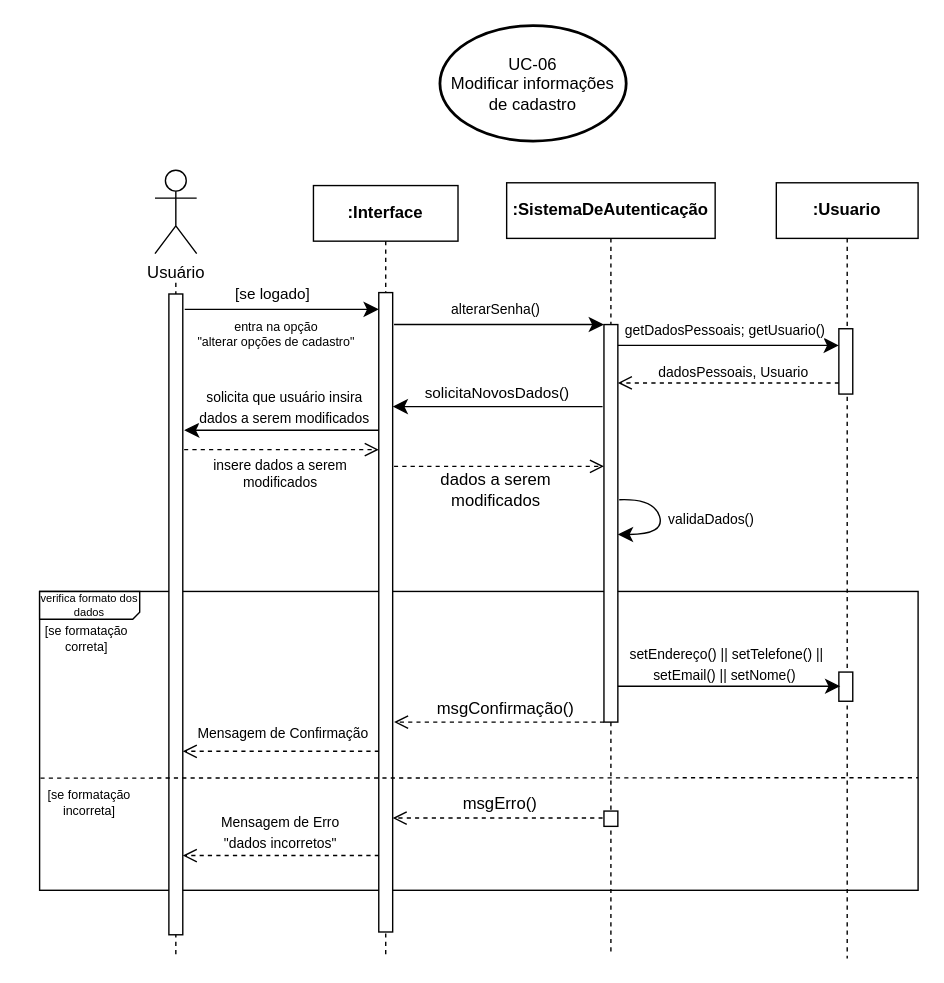
Above: diagrama_sequencia/Diagrama_Sequencia_UC06.drawio in gb-cs-rt/home_broker (draw.io), before the change. Source tidied: cells renumbered, new cells numbered last; positions are measured from the earlier drawing's top-left corner, leaving out a move shared by most shapes. Both pictures are drawn from the tidied source at 139%, with x=0, y=0 at pixel (24, 25).
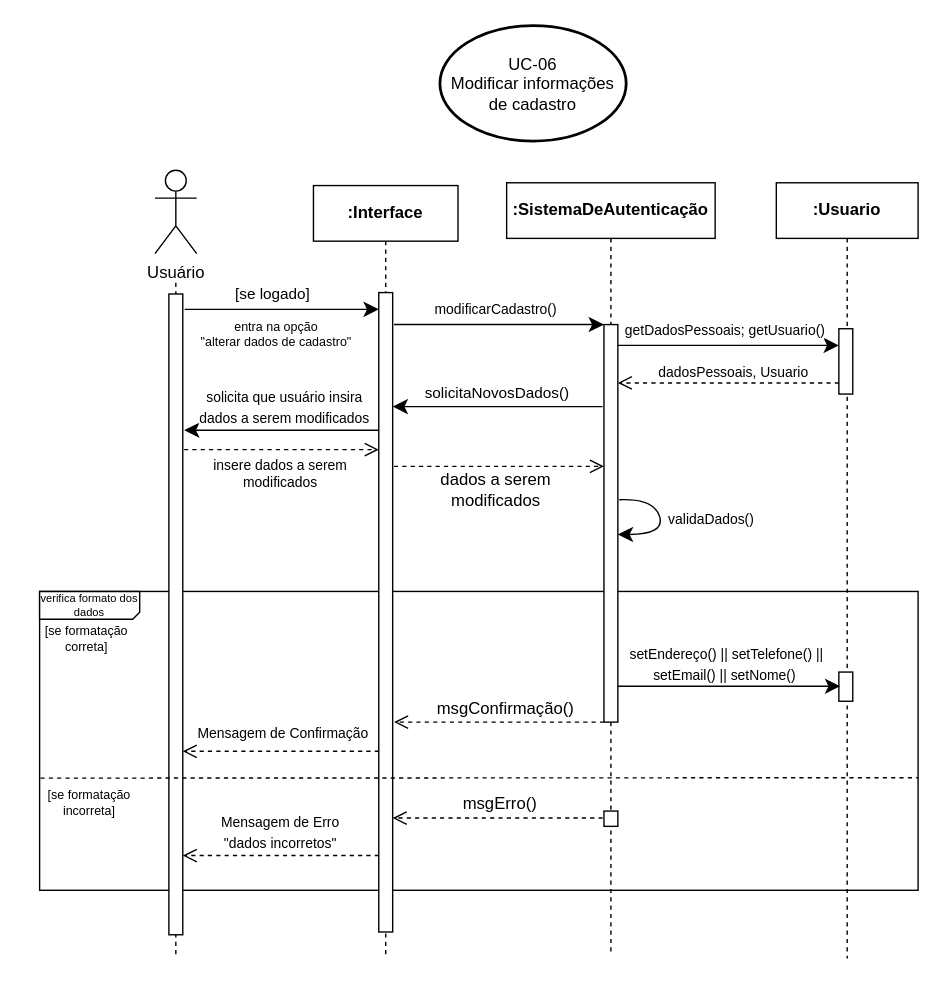
After the change.

Commit message (it also covers changes not shown here):
diagrama estados sistema autenticacao

Unchanged cells that the change refers to:
```xml
<mxCell id="18" style="endArrow=classic;html=1;rounded=0;fontFamily=Helvetica;fontSize=12;fontColor=default;startSize=8;endSize=8;curved=1;" parent="1" edge="1" target="14">
  <mxGeometry relative="1" as="geometry">
    <mxPoint x="266" y="215" as="sourcePoint" />
  </mxGeometry>
</mxCell>
<mxCell id="30" style="endArrow=classic;html=1;rounded=0;fontSize=12;startSize=8;endSize=8;curved=1;exitX=1.14;exitY=0.024;exitDx=0;exitDy=0;exitPerimeter=0;" parent="1" edge="1" source="17" target="29">
  <mxGeometry relative="1" as="geometry" />
</mxCell>
```

What changed in the source:
```diff
@@
-    <mxCell id="19" value="alterarSenha()" style="edgeLabel;html=1;align=center;verticalAlign=middle;fontSize=10;fontFamily=Helvetica;fontColor=default;fillColor=none;gradientColor=none;" parent="18" vertex="1">
-      <mxGeometry x="0.05" width="82" height="24" relative="1" as="geometry">
-        <mxPoint x="-47" y="-23" as="offset" />
+    <mxCell id="19" value="modificarCadastro()" style="edgeLabel;html=1;align=center;verticalAlign=middle;fontSize=10;fontFamily=Helvetica;fontColor=default;fillColor=none;gradientColor=none;" parent="18" vertex="1">
+      <mxGeometry x="0.05" width="106" height="24" relative="1" as="geometry">
+        <mxPoint x="-59" y="-23" as="offset" />
       </mxGeometry>
     </mxCell>
@@
-    <mxCell id="31" value="&lt;span style=&quot;font-size: 9px;&quot;&gt;entra na opção&lt;/span&gt;&lt;div style=&quot;font-size: 9px;&quot;&gt;&lt;span style=&quot;font-size: 9px;&quot;&gt;&quot;alterar opções de cadastro&quot;&lt;/span&gt;&lt;/div&gt;" style="edgeLabel;html=1;align=center;verticalAlign=middle;fontSize=9;" parent="30" vertex="1">
+    <mxCell id="31" value="&lt;span style=&quot;font-size: 9px;&quot;&gt;entra na opção&lt;/span&gt;&lt;div style=&quot;font-size: 9px;&quot;&gt;&lt;span style=&quot;font-size: 9px;&quot;&gt;&quot;alterar dados de cadastro&quot;&lt;/span&gt;&lt;/div&gt;" style="edgeLabel;html=1;align=center;verticalAlign=middle;fontSize=9;" parent="30" vertex="1">
       <mxGeometry x="-0.16" y="1" relative="1" as="geometry">
         <mxPoint x="6" y="18" as="offset" />
       </mxGeometry>
     </mxCell>
```
